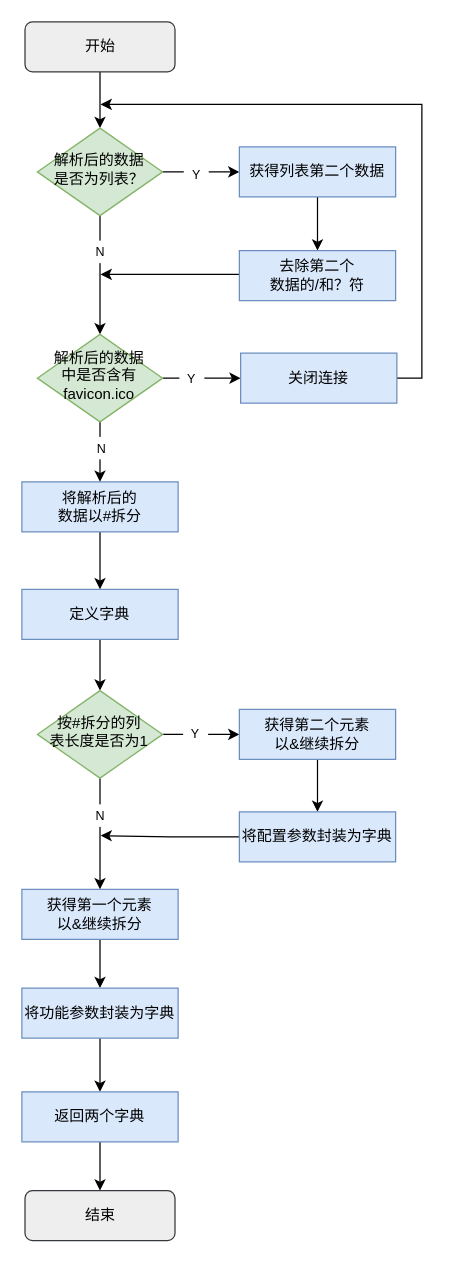
KAZAMA-DREAM/picture keeps this draw.io diagram as 参数封装器.drawio. Above is the earlier version. Source tidied: cells renumbered, new cells numbered last; positions are measured from the earlier drawing's top-left corner, leaving out a move shared by most shapes. Both pictures are drawn from the tidied source at 125%, with x=0, y=0 at pixel (21, 21).
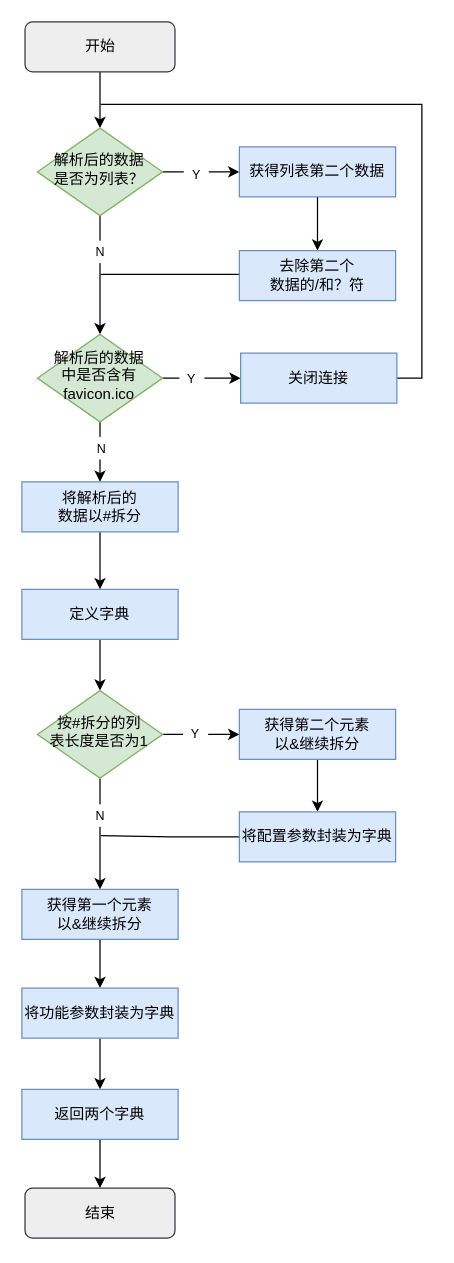
The same page after the edit.

Commit message:
更新参数封装器.drawio

Unchanged cells that the change refers to:
```xml
<mxCell id="15" value="去除第二个&lt;br&gt;数据的/和？符" style="rounded=0;whiteSpace=wrap;html=1;fillColor=#dae8fc;strokeColor=#6c8ebf;" parent="1" vertex="1">
  <mxGeometry x="174" y="183" width="125" height="40" as="geometry" />
</mxCell>
<mxCell id="23" value="关闭连接" style="rounded=0;whiteSpace=wrap;html=1;fillColor=#dae8fc;strokeColor=#6c8ebf;" parent="1" vertex="1">
  <mxGeometry x="175" y="265" width="125" height="40" as="geometry" />
</mxCell>
<mxCell id="34" value="将配置参数封装为字典" style="rounded=0;whiteSpace=wrap;html=1;fillColor=#dae8fc;strokeColor=#6c8ebf;" parent="1" vertex="1">
  <mxGeometry x="174" y="632" width="125" height="40" as="geometry" />
</mxCell>
```

Diff of the diagram source:
```diff
@@
     <mxCell id="9" value="结束" style="rounded=1;whiteSpace=wrap;html=1;fontSize=12;glass=0;strokeWidth=1;shadow=0;fillColor=#eeeeee;strokeColor=#36393d;" parent="1" vertex="1">
-      <mxGeometry x="2.5" y="935" width="120" height="40" as="geometry" />
+      <mxGeometry x="2.5" y="933" width="120" height="40" as="geometry" />
     </mxCell>
@@
-    <mxCell id="14" style="edgeStyle=orthogonalEdgeStyle;rounded=0;jettySize=auto;html=1;" parent="1" edge="1" source="15">
+    <mxCell id="14" style="edgeStyle=orthogonalEdgeStyle;rounded=0;jettySize=auto;html=1;endArrow=none;endFill=0;" parent="1" edge="1" source="15">
       <mxGeometry relative="1" as="geometry">
         <mxPoint x="63" y="202" as="targetPoint" />
         <Array as="points">
           <mxPoint x="63" y="203" />
         </Array>
       </mxGeometry>
     </mxCell>
@@
-    <mxCell id="22" style="edgeStyle=orthogonalEdgeStyle;rounded=0;jettySize=auto;html=1;exitX=1;exitY=0.5;exitDx=0;exitDy=0;" parent="1" edge="1" source="23">
+    <mxCell id="22" style="edgeStyle=orthogonalEdgeStyle;rounded=0;jettySize=auto;html=1;exitX=1;exitY=0.5;exitDx=0;exitDy=0;endArrow=none;endFill=0;" parent="1" edge="1" source="23">
       <mxGeometry relative="1" as="geometry">
         <mxPoint x="63" y="66" as="targetPoint" />
         <Array as="points">
           <mxPoint x="320" y="285" />
           <mxPoint x="320" y="66" />
           <mxPoint x="90" y="66" />
         </Array>
       </mxGeometry>
     </mxCell>
@@
-    <mxCell id="33" style="edgeStyle=orthogonalEdgeStyle;rounded=0;jettySize=auto;html=1;" parent="1" edge="1" source="34">
+    <mxCell id="33" style="edgeStyle=orthogonalEdgeStyle;rounded=0;jettySize=auto;html=1;endArrow=none;endFill=0;" parent="1" edge="1" source="34">
       <mxGeometry relative="1" as="geometry">
         <mxPoint x="63" y="651" as="targetPoint" />
       </mxGeometry>
     </mxCell>
@@
     <mxCell id="38" value="返回两个字典" style="rounded=0;whiteSpace=wrap;html=1;fillColor=#dae8fc;strokeColor=#6c8ebf;" parent="1" vertex="1">
-      <mxGeometry y="856" width="125" height="40" as="geometry" />
+      <mxGeometry y="854" width="125" height="40" as="geometry" />
     </mxCell>
```
